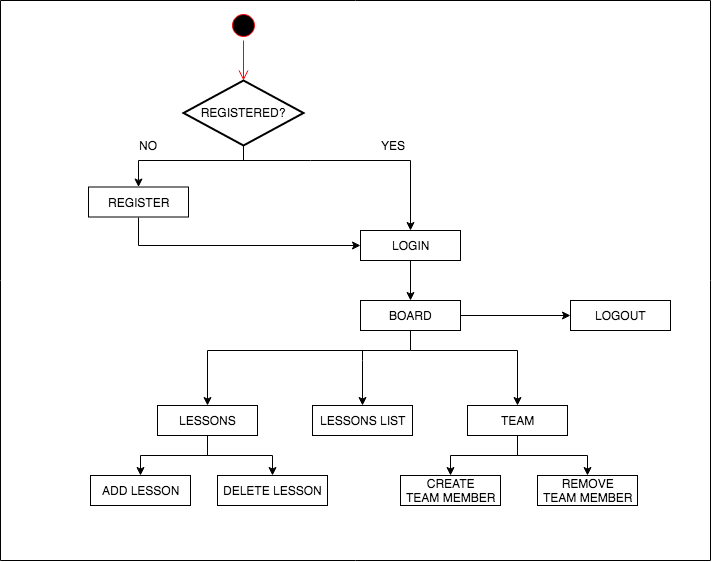
The draw.io diagram staff/aitor-parra/pyrene-ski/pyrene-ski-doc/images/ps-activity-diagram.png in b00tc4mp/skylab-bootcamp-201909, before a commit. Source tidied: cells renumbered, new cells last; positions are measured from the earlier drawing's top-left corner, leaving out a move shared by most shapes.
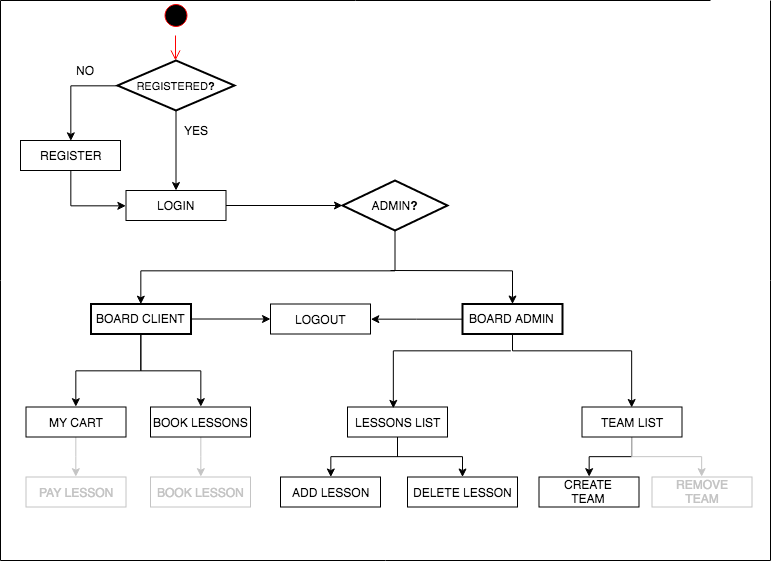
After the commit.

Change to the diagram source:
```diff
@@ -5,7 +5,7 @@
     <mxCell id="2" style="endArrow=none;html=1;" parent="1" edge="1">
       <mxGeometry relative="1" as="geometry">
         <mxPoint y="560" as="sourcePoint" />
-        <mxPoint x="710" y="560" as="targetPoint" />
+        <mxPoint x="770" y="560" as="targetPoint" />
       </mxGeometry>
     </mxCell>
     <mxCell id="3" style="endArrow=none;html=1;" parent="1" edge="1">
@@ -16,8 +16,8 @@
     </mxCell>
     <mxCell id="4" style="endArrow=none;html=1;" parent="1" edge="1">
       <mxGeometry relative="1" as="geometry">
-        <mxPoint x="710" as="sourcePoint" />
-        <mxPoint x="710" y="560" as="targetPoint" />
+        <mxPoint x="770" as="sourcePoint" />
+        <mxPoint x="770" y="560" as="targetPoint" />
       </mxGeometry>
     </mxCell>
     <mxCell id="5" style="endArrow=none;html=1;" parent="1" edge="1">
@@ -27,72 +27,57 @@
       </mxGeometry>
     </mxCell>
     <mxCell id="6" style="ellipse;html=1;shape=startState;fillColor=#000000;strokeColor=#ff0000;" parent="1" vertex="1">
-      <mxGeometry x="228" y="10" width="30" height="30" as="geometry" />
+      <mxGeometry x="160.5" width="30" height="30" as="geometry" />
     </mxCell>
-    <mxCell id="7" style="edgeStyle=orthogonalEdgeStyle;html=1;verticalAlign=bottom;endArrow=open;endSize=8;strokeColor=#ff0000;" parent="1" edge="1" source="6">
+    <mxCell id="7" style="edgeStyle=orthogonalEdgeStyle;html=1;verticalAlign=bottom;endArrow=open;endSize=8;strokeColor=#ff0000;" parent="1" edge="1">
       <mxGeometry relative="1" as="geometry">
-        <mxPoint x="243" y="80" as="targetPoint" />
+        <mxPoint x="175" y="35" as="sourcePoint" />
+        <mxPoint x="175" y="60" as="targetPoint" />
       </mxGeometry>
     </mxCell>
-    <mxCell id="8" style="edgeStyle=orthogonalEdgeStyle;rounded=0;jettySize=auto;html=1;" parent="1" edge="1" source="9" target="21">
-      <mxGeometry relative="1" as="geometry" />
-    </mxCell>
+    <mxCell id="34" style="edgeStyle=orthogonalEdgeStyle;rounded=0;jettySize=auto;html=1;" parent="1" edge="1" source="9" target="37">
+      <mxGeometry relative="1" as="geometry" />
+    </mxCell>
     <mxCell id="9" value="&lt;div&gt;LOGIN&lt;/div&gt;" style="html=1;" parent="1" vertex="1">
-      <mxGeometry x="360" y="230" width="100" height="30" as="geometry" />
+      <mxGeometry x="125.5" y="190" width="100" height="30" as="geometry" />
     </mxCell>
     <mxCell id="10" value="LOGOUT" style="html=1;" parent="1" vertex="1">
-      <mxGeometry x="570" y="300" width="100" height="30" as="geometry" />
+      <mxGeometry x="270" y="303.5" width="100" height="30" as="geometry" />
     </mxCell>
     <mxCell id="11" style="edgeStyle=orthogonalEdgeStyle;rounded=0;jettySize=auto;html=1;entryX=0;entryY=0.5;entryDx=0;entryDy=0;exitX=0.5;exitY=1;exitDx=0;exitDy=0;" parent="1" edge="1" source="12" target="9">
-      <mxGeometry relative="1" as="geometry" />
+      <mxGeometry relative="1" as="geometry">
+        <Array as="points">
+          <mxPoint x="70" y="205" />
+        </Array>
+      </mxGeometry>
     </mxCell>
     <mxCell id="12" value="REGISTER" style="html=1;fillColor=none;" parent="1" vertex="1">
-      <mxGeometry x="88" y="186.5" width="100" height="30" as="geometry" />
+      <mxGeometry x="20" y="140" width="100" height="30" as="geometry" />
     </mxCell>
+    <mxCell id="35" style="edgeStyle=orthogonalEdgeStyle;rounded=0;jettySize=auto;html=1;" parent="1" edge="1" source="15" target="9">
+      <mxGeometry relative="1" as="geometry" />
+    </mxCell>
-    <mxCell id="13" style="edgeStyle=orthogonalEdgeStyle;rounded=0;jettySize=auto;html=1;exitX=0.5;exitY=1;exitDx=0;exitDy=0;" parent="1" edge="1" source="15" target="12">
+    <mxCell id="13" style="edgeStyle=orthogonalEdgeStyle;rounded=0;jettySize=auto;html=1;entryX=0.5;entryY=0;entryDx=0;entryDy=0;" parent="1" edge="1" source="15" target="12">
       <mxGeometry relative="1" as="geometry">
         <Array as="points">
-          <mxPoint x="243" y="160" />
-          <mxPoint x="138" y="160" />
+          <mxPoint x="70" y="85" />
         </Array>
       </mxGeometry>
     </mxCell>
-    <mxCell id="14" style="edgeStyle=orthogonalEdgeStyle;rounded=0;jettySize=auto;html=1;entryX=0.5;entryY=0;entryDx=0;entryDy=0;" parent="1" edge="1" target="9">
-      <mxGeometry relative="1" as="geometry">
-        <mxPoint x="240" y="160" as="sourcePoint" />
-        <Array as="points">
-          <mxPoint x="310" y="160" />
-          <mxPoint x="410" y="160" />
-        </Array>
-      </mxGeometry>
-    </mxCell>
-    <mxCell id="15" value="REGISTERED?" style="rhombus;whiteSpace=wrap;html=1;rounded=0;comic=0;strokeWidth=2;" parent="1" vertex="1">
-      <mxGeometry x="183" y="80" width="120" height="65" as="geometry" />
+    <mxCell id="15" value="&lt;font style=&quot;font-size: 11px&quot;&gt;REGISTERED&lt;b&gt;?&lt;/b&gt;&lt;/font&gt;" style="rhombus;whiteSpace=wrap;html=1;rounded=0;comic=0;strokeWidth=2;" parent="1" vertex="1">
+      <mxGeometry x="117" y="60" width="117" height="50" as="geometry" />
     </mxCell>
     <mxCell id="16" value="NO" style="text;html=1;align=center;verticalAlign=middle;" parent="1" vertex="1">
-      <mxGeometry x="133" y="135" width="30" height="20" as="geometry" />
+      <mxGeometry x="70" y="60" width="30" height="20" as="geometry" />
     </mxCell>
     <mxCell id="17" value="YES" style="text;html=1;align=center;verticalAlign=middle;" parent="1" vertex="1">
-      <mxGeometry x="372.5" y="135" width="40" height="20" as="geometry" />
+      <mxGeometry x="175.5" y="120" width="40" height="20" as="geometry" />
     </mxCell>
-    <mxCell id="18" style="edgeStyle=orthogonalEdgeStyle;rounded=0;jettySize=auto;html=1;entryX=0.5;entryY=0;entryDx=0;entryDy=0;" parent="1" edge="1" target="24">
-      <mxGeometry relative="1" as="geometry">
-        <mxPoint x="410" y="350" as="sourcePoint" />
-      </mxGeometry>
-    </mxCell>
-    <mxCell id="19" style="edgeStyle=orthogonalEdgeStyle;rounded=0;jettySize=auto;html=1;entryX=0.5;entryY=0;entryDx=0;entryDy=0;" parent="1" edge="1" source="21" target="31">
-      <mxGeometry relative="1" as="geometry">
-        <Array as="points">
-          <mxPoint x="410" y="350" />
-          <mxPoint x="517" y="350" />
-        </Array>
-      </mxGeometry>
-    </mxCell>
-    <mxCell id="20" style="edgeStyle=orthogonalEdgeStyle;rounded=0;jettySize=auto;html=1;entryX=0;entryY=0.5;entryDx=0;entryDy=0;" parent="1" edge="1" source="21" target="10">
+    <mxCell id="20" style="edgeStyle=orthogonalEdgeStyle;rounded=0;jettySize=auto;html=1;strokeColor=#000000;fontColor=#000000;entryX=1;entryY=0.5;entryDx=0;entryDy=0;" parent="1" edge="1" source="21" target="10">
       <mxGeometry relative="1" as="geometry" />
     </mxCell>
-    <mxCell id="21" value="&lt;div&gt;BOARD&lt;/div&gt;" style="html=1;" parent="1" vertex="1">
-      <mxGeometry x="360" y="300" width="100" height="30" as="geometry" />
+    <mxCell id="21" value="BOARD ADMIN" style="html=1;strokeWidth=2;" parent="1" vertex="1">
+      <mxGeometry x="462" y="303.5" width="100" height="30" as="geometry" />
     </mxCell>
     <mxCell id="22" style="edgeStyle=orthogonalEdgeStyle;rounded=0;jettySize=auto;html=1;" parent="1" edge="1" source="24" target="26">
       <mxGeometry relative="1" as="geometry" />
@@ -100,41 +85,93 @@
     <mxCell id="23" style="edgeStyle=orthogonalEdgeStyle;rounded=0;jettySize=auto;html=1;" parent="1" edge="1" source="24" target="25">
       <mxGeometry relative="1" as="geometry" />
     </mxCell>
-    <mxCell id="24" value="LESSONS" style="html=1;" parent="1" vertex="1">
-      <mxGeometry x="157" y="405" width="100" height="30" as="geometry" />
+    <mxCell id="24" value="LESSONS LIST" style="html=1;" parent="1" vertex="1">
+      <mxGeometry x="347" y="406.5" width="100" height="30" as="geometry" />
     </mxCell>
     <mxCell id="25" value="DELETE LESSON" style="html=1;" parent="1" vertex="1">
-      <mxGeometry x="217" y="475" width="110" height="30" as="geometry" />
+      <mxGeometry x="407" y="476.5" width="110" height="30" as="geometry" />
     </mxCell>
     <mxCell id="26" value="ADD LESSON" style="html=1;" parent="1" vertex="1">
-      <mxGeometry x="90" y="475" width="100" height="30" as="geometry" />
+      <mxGeometry x="280" y="476.5" width="100" height="30" as="geometry" />
     </mxCell>
-    <mxCell id="27" value="&lt;div&gt;CREATE&lt;br&gt;&lt;/div&gt;&lt;div&gt;TEAM MEMBER&lt;br&gt;&lt;/div&gt;" style="html=1;" parent="1" vertex="1">
-      <mxGeometry x="400" y="475" width="100" height="30" as="geometry" />
+    <mxCell id="27" value="&lt;div&gt;CREATE&lt;br&gt;&lt;/div&gt;&lt;div&gt;TEAM &lt;br&gt;&lt;/div&gt;" style="html=1;" parent="1" vertex="1">
+      <mxGeometry x="538.5" y="476.5" width="100" height="30" as="geometry" />
     </mxCell>
-    <mxCell id="28" value="&lt;div&gt;REMOVE &lt;br&gt;&lt;/div&gt;&lt;div&gt;TEAM MEMBER&lt;br&gt;&lt;/div&gt;" style="html=1;" parent="1" vertex="1">
-      <mxGeometry x="537" y="475" width="100" height="30" as="geometry" />
+    <mxCell id="28" value="&lt;div&gt;REMOVE &lt;br&gt;&lt;/div&gt;&lt;div&gt;TEAM&lt;br&gt;&lt;/div&gt;" style="html=1;strokeColor=#C4C4C4;fontColor=#C4C4C4;" parent="1" vertex="1">
+      <mxGeometry x="651.5" y="476.5" width="100" height="30" as="geometry" />
     </mxCell>
     <mxCell id="29" style="edgeStyle=orthogonalEdgeStyle;rounded=0;jettySize=auto;html=1;entryX=0.5;entryY=0;entryDx=0;entryDy=0;" parent="1" edge="1" source="31" target="27">
       <mxGeometry relative="1" as="geometry" />
     </mxCell>
-    <mxCell id="30" style="edgeStyle=orthogonalEdgeStyle;rounded=0;jettySize=auto;html=1;entryX=0.5;entryY=0;entryDx=0;entryDy=0;" parent="1" edge="1" source="31" target="28">
+    <mxCell id="30" style="edgeStyle=orthogonalEdgeStyle;rounded=0;jettySize=auto;html=1;entryX=0.5;entryY=0;entryDx=0;entryDy=0;strokeColor=#C4C4C4;" parent="1" edge="1" source="31" target="28">
       <mxGeometry relative="1" as="geometry" />
     </mxCell>
-    <mxCell id="31" value="TEAM " style="html=1;" parent="1" vertex="1">
-      <mxGeometry x="467" y="405" width="100" height="30" as="geometry" />
+    <mxCell id="31" value="TEAM LIST" style="html=1;" parent="1" vertex="1">
+      <mxGeometry x="581.5" y="406.5" width="100" height="30" as="geometry" />
     </mxCell>
-    <mxCell id="32" value="LESSONS LIST" style="html=1;" parent="1" vertex="1">
-      <mxGeometry x="312" y="405" width="100" height="30" as="geometry" />
-    </mxCell>
-    <mxCell id="33" style="edgeStyle=orthogonalEdgeStyle;rounded=0;jettySize=auto;html=1;entryX=0.5;entryY=0;entryDx=0;entryDy=0;" parent="1" edge="1" target="32">
-      <mxGeometry relative="1" as="geometry">
-        <mxPoint x="362" y="350" as="sourcePoint" />
-        <Array as="points">
-          <mxPoint x="362" y="360" />
-          <mxPoint x="362" y="360" />
-        </Array>
-      </mxGeometry>
-    </mxCell>
+    <mxCell id="36" style="edgeStyle=orthogonalEdgeStyle;rounded=0;jettySize=auto;html=1;strokeColor=#000000;fontColor=#000000;exitX=0.5;exitY=1;exitDx=0;exitDy=0;entryX=0.5;entryY=0;entryDx=0;entryDy=0;" parent="1" edge="1" source="37" target="40">
+      <mxGeometry relative="1" as="geometry">
+        <Array as="points">
+          <mxPoint x="394" y="270" />
+          <mxPoint x="141" y="270" />
+        </Array>
+      </mxGeometry>
+    </mxCell>
+    <mxCell id="37" value="ADMIN&lt;b&gt;?&lt;/b&gt;" style="rhombus;whiteSpace=wrap;html=1;rounded=0;comic=0;strokeWidth=2;" parent="1" vertex="1">
+      <mxGeometry x="342" y="180" width="105" height="50" as="geometry" />
+    </mxCell>
+    <mxCell id="38" style="edgeStyle=orthogonalEdgeStyle;rounded=0;jettySize=auto;html=1;strokeColor=#000000;fontColor=#000000;entryX=0.5;entryY=0;entryDx=0;entryDy=0;" parent="1" edge="1" source="40" target="42">
+      <mxGeometry relative="1" as="geometry" />
+    </mxCell>
+    <mxCell id="39" style="edgeStyle=orthogonalEdgeStyle;rounded=0;jettySize=auto;html=1;strokeColor=#000000;fontColor=#000000;" parent="1" edge="1" source="40" target="10">
+      <mxGeometry relative="1" as="geometry" />
+    </mxCell>
+    <mxCell id="40" value="&lt;div&gt;BOARD CLIENT&lt;br&gt;&lt;/div&gt;" style="html=1;strokeWidth=2;" parent="1" vertex="1">
+      <mxGeometry x="90.5" y="303.5" width="100" height="30" as="geometry" />
+    </mxCell>
+    <mxCell id="41" style="edgeStyle=orthogonalEdgeStyle;rounded=0;jettySize=auto;html=1;strokeColor=#C4C4C4;fontColor=#C4C4C4;entryX=0.5;entryY=0;entryDx=0;entryDy=0;" parent="1" edge="1" source="42" target="43">
+      <mxGeometry relative="1" as="geometry" />
+    </mxCell>
+    <mxCell id="42" value="MY CART" style="html=1;" parent="1" vertex="1">
+      <mxGeometry x="25.5" y="406.5" width="100" height="30" as="geometry" />
+    </mxCell>
+    <mxCell id="43" value="PAY LESSON" style="html=1;strokeColor=#C4C4C4;fontColor=#C4C4C4;" parent="1" vertex="1">
+      <mxGeometry x="25.5" y="476.5" width="100" height="30" as="geometry" />
+    </mxCell>
+    <mxCell id="44" style="edgeStyle=orthogonalEdgeStyle;rounded=0;jettySize=auto;html=1;strokeColor=#C4C4C4;fontColor=#C4C4C4;entryX=0.5;entryY=0;entryDx=0;entryDy=0;" parent="1" edge="1" source="45" target="46">
+      <mxGeometry relative="1" as="geometry" />
+    </mxCell>
+    <mxCell id="45" value="BOOK LESSONS" style="html=1;" parent="1" vertex="1">
+      <mxGeometry x="150" y="406.5" width="100" height="30" as="geometry" />
+    </mxCell>
+    <mxCell id="46" value="BOOK LESSON" style="html=1;strokeColor=#C4C4C4;fontColor=#C4C4C4;" parent="1" vertex="1">
+      <mxGeometry x="150" y="476.5" width="100" height="30" as="geometry" />
+    </mxCell>
+    <mxCell id="47" style="edgeStyle=orthogonalEdgeStyle;rounded=0;jettySize=auto;html=1;strokeColor=#000000;fontColor=#000000;entryX=0.5;entryY=0;entryDx=0;entryDy=0;exitX=0.5;exitY=1;exitDx=0;exitDy=0;" parent="1" edge="1" source="40" target="45">
+      <mxGeometry relative="1" as="geometry" />
+    </mxCell>
+    <mxCell id="48" style="edgeStyle=orthogonalEdgeStyle;rounded=0;jettySize=auto;html=1;strokeColor=#000000;fontColor=#000000;entryX=0.5;entryY=0;entryDx=0;entryDy=0;exitX=0.5;exitY=1;exitDx=0;exitDy=0;" parent="1" edge="1" source="21">
+      <mxGeometry relative="1" as="geometry">
+        <mxPoint x="631.5" y="407" as="targetPoint" />
+        <Array as="points">
+          <mxPoint x="512" y="350" />
+          <mxPoint x="632" y="350" />
+        </Array>
+      </mxGeometry>
+    </mxCell>
+    <mxCell id="49" style="edgeStyle=orthogonalEdgeStyle;rounded=0;orthogonalLoop=1;jettySize=auto;html=1;strokeColor=#000000;fontColor=#000000;entryX=0.5;entryY=0;entryDx=0;entryDy=0;" parent="1" edge="1">
+      <mxGeometry relative="1" as="geometry">
+        <mxPoint x="510" y="350" as="sourcePoint" />
+        <mxPoint x="393" y="407.5" as="targetPoint" />
+        <Array as="points">
+          <mxPoint x="393" y="350" />
+        </Array>
+      </mxGeometry>
+    </mxCell>
+    <mxCell id="50" style="edgeStyle=orthogonalEdgeStyle;rounded=0;jettySize=auto;html=1;strokeColor=#000000;fontColor=#000000;" parent="1" edge="1" target="21">
+      <mxGeometry relative="1" as="geometry">
+        <mxPoint x="390" y="270" as="sourcePoint" />
+      </mxGeometry>
+    </mxCell>
   </root>
 </mxGraphModel>
```
